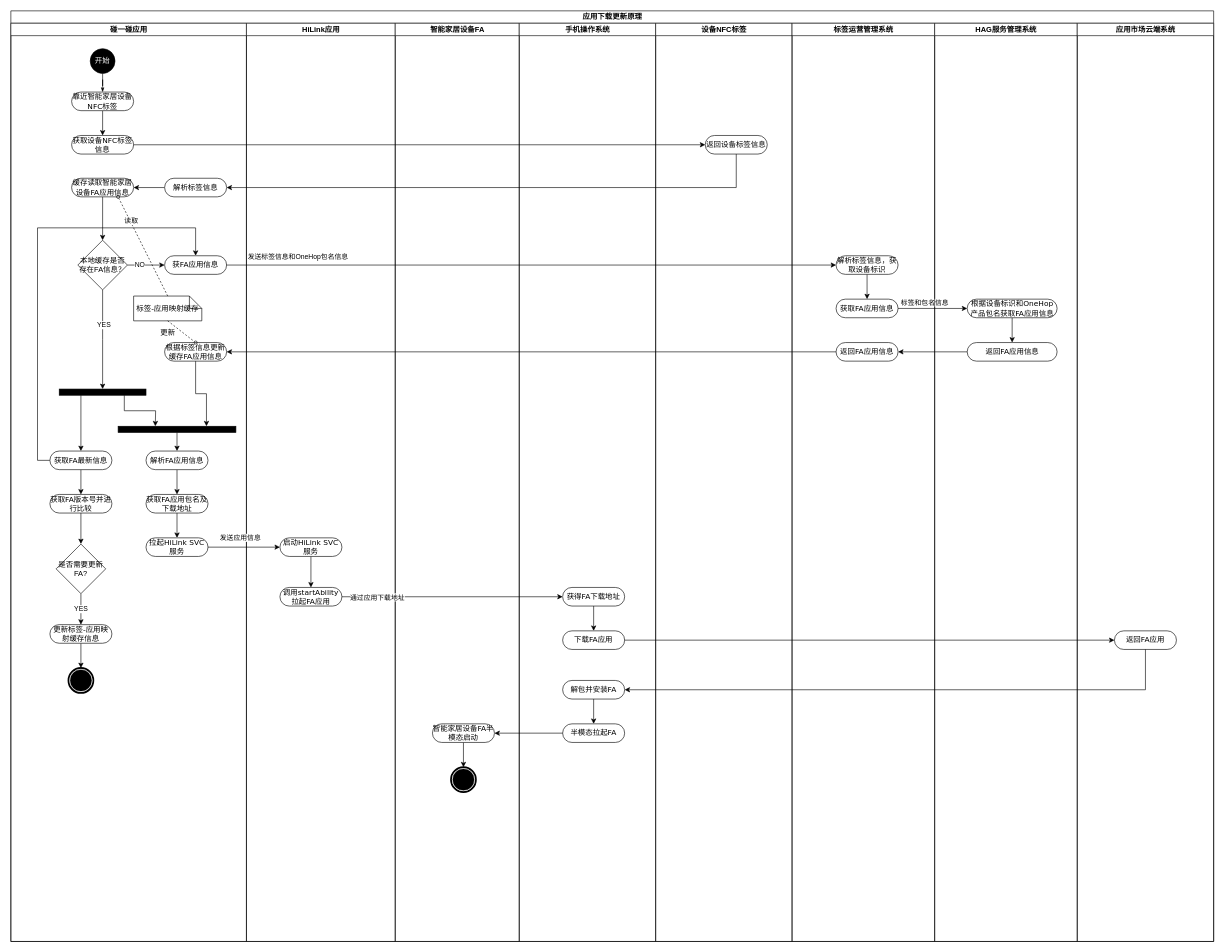
Before: draw/智能家居设备FA更新机制.drawio in befairyliu/draw.io, a draw.io diagram. Source tidied: cells renumbered, new cells numbered last; positions are measured from the earlier drawing's top-left corner, leaving out a move shared by most shapes. Both pictures are drawn from the tidied source at 62%, with x=0, y=0 at pixel (11, 11).
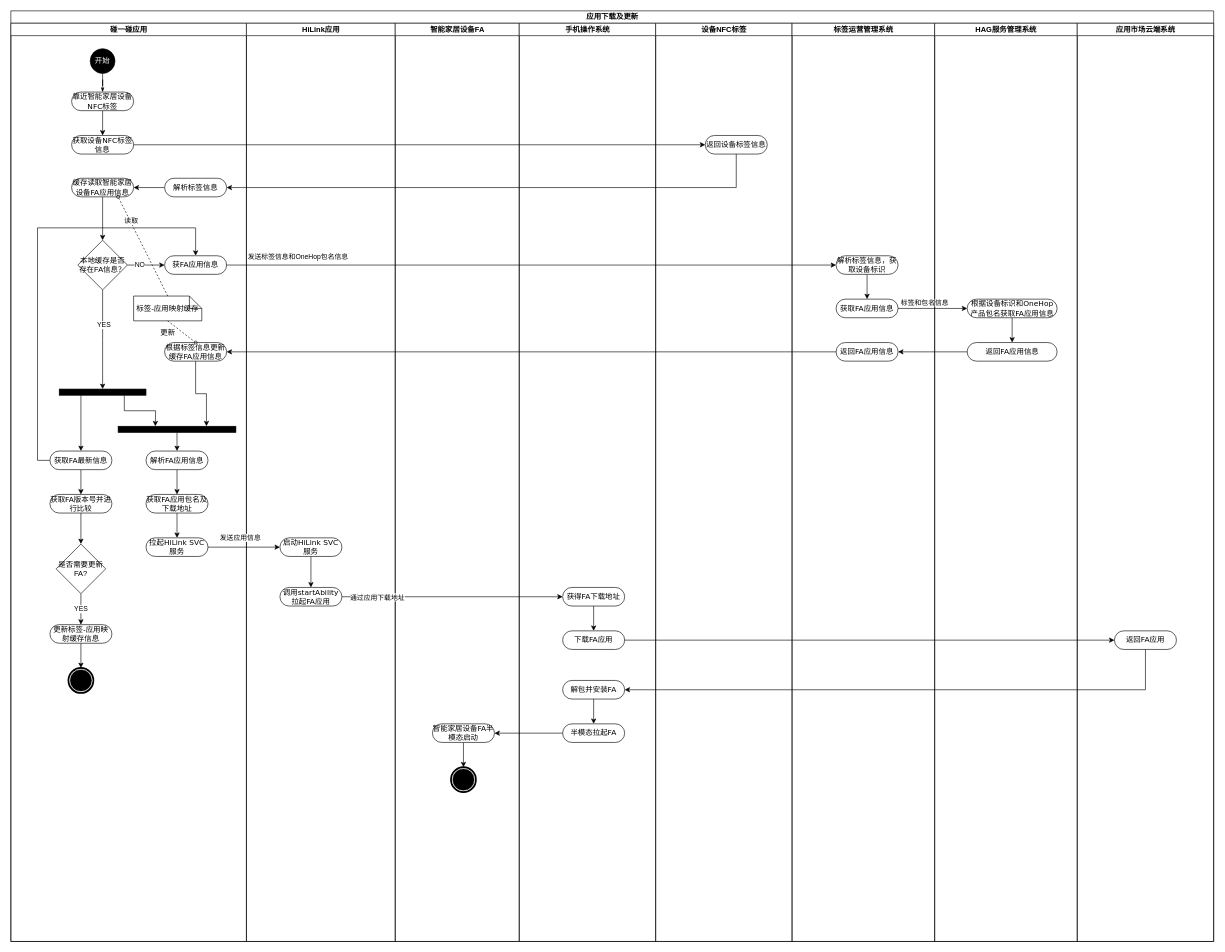
After the change.

Commit message (it also covers changes not shown here):
Update 智能家居设备FA更新机制.drawio

Change to the diagram source:
```diff
@@
-    <mxCell id="3" value="应用下载更新原理" style="swimlane;html=1;startSize=20;rounded=0;shadow=0;comic=0;labelBackgroundColor=none;strokeWidth=1;fontFamily=Verdana;fontSize=12;align=center;" parent="1" vertex="1">
+    <mxCell id="3" value="应用下载及更新" style="swimlane;html=1;startSize=20;rounded=0;shadow=0;comic=0;labelBackgroundColor=none;strokeWidth=1;fontFamily=Verdana;fontSize=12;align=center;" parent="1" vertex="1">
       <mxGeometry width="1940" height="1501" as="geometry" />
     </mxCell>
```
